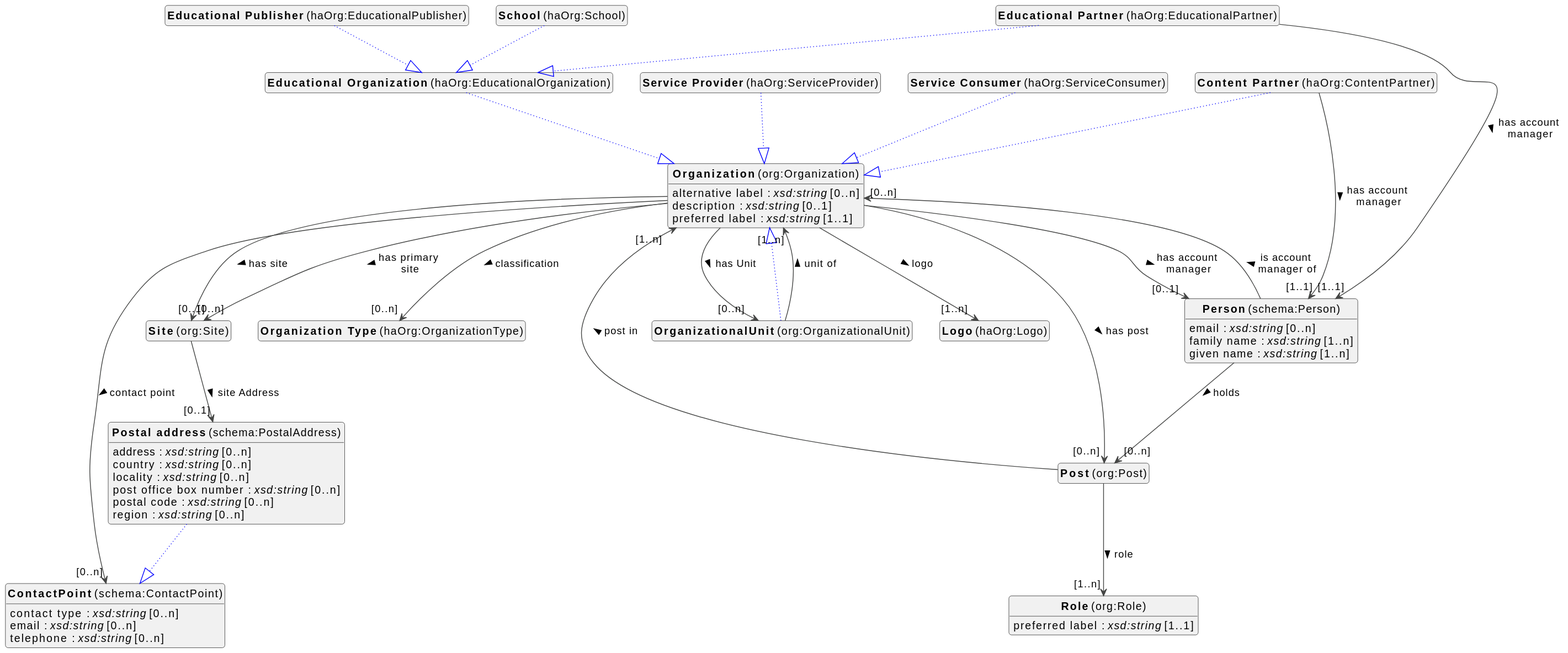
Earlier version of the PlantUML export docs/metadata/modellen/organization-diagram.svg (viaacode/documentation-jekyll).
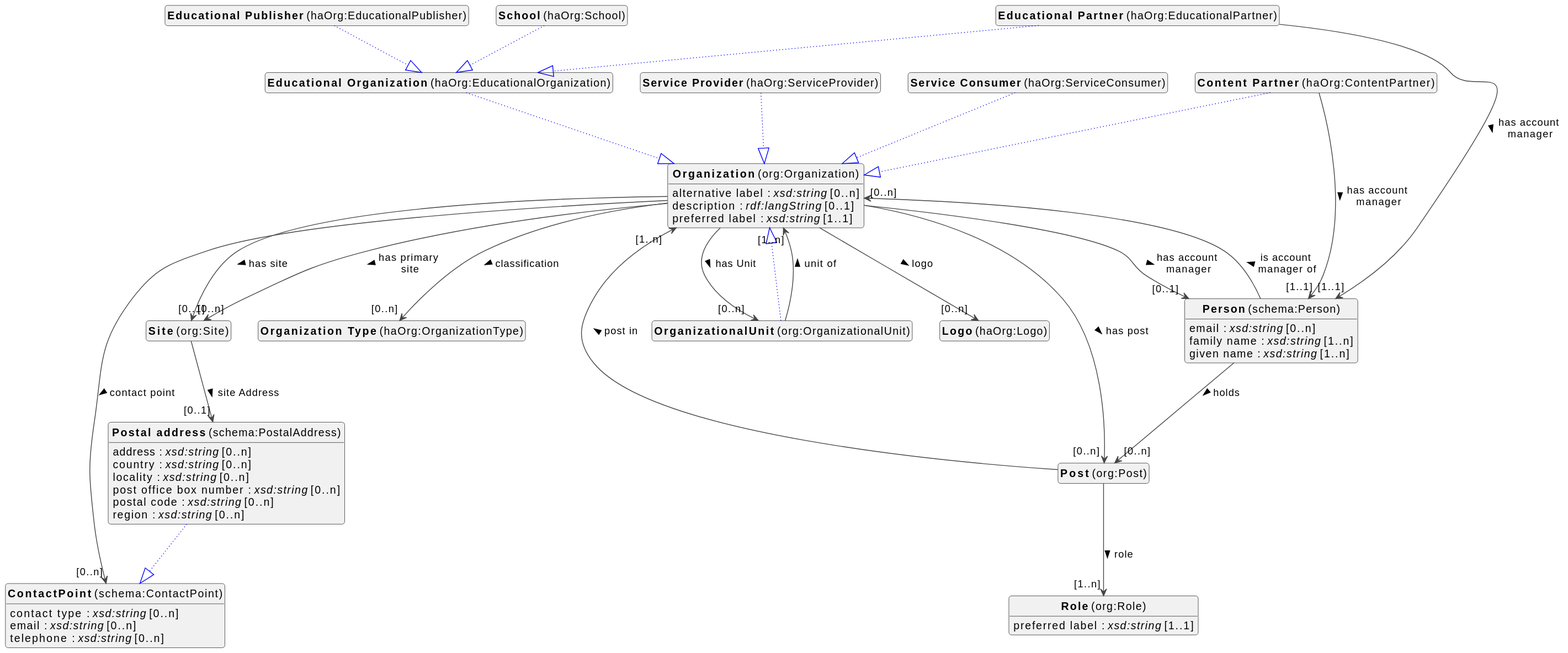
The same diagram one commit later.

What changed in the source:
```diff
@@ -42,7 +42,7 @@
 org_Organization --> "[0..n]" haOrg_OrganizationType : classification >
 
 org_Organization --> "[0..n]" schema_ContactPoint : contact point >
-org_Organization : description : <i>xsd:string</i> [0..1]
+org_Organization : description : <i>rdf:langString</i> [0..1]
 
 
 org_Organization --> "[0..n]" org_OrganizationalUnit : has Unit >
@@ -56,7 +56,7 @@
 org_Organization --> "[0..n]" org_Site : has site >
 
 
-org_Organization --> "[1..n]" haOrg_Logo : logo >
+org_Organization --> "[0..n]" haOrg_Logo : logo >
 org_Organization : preferred label : <i>xsd:string</i> [1..1]
 
 
```
